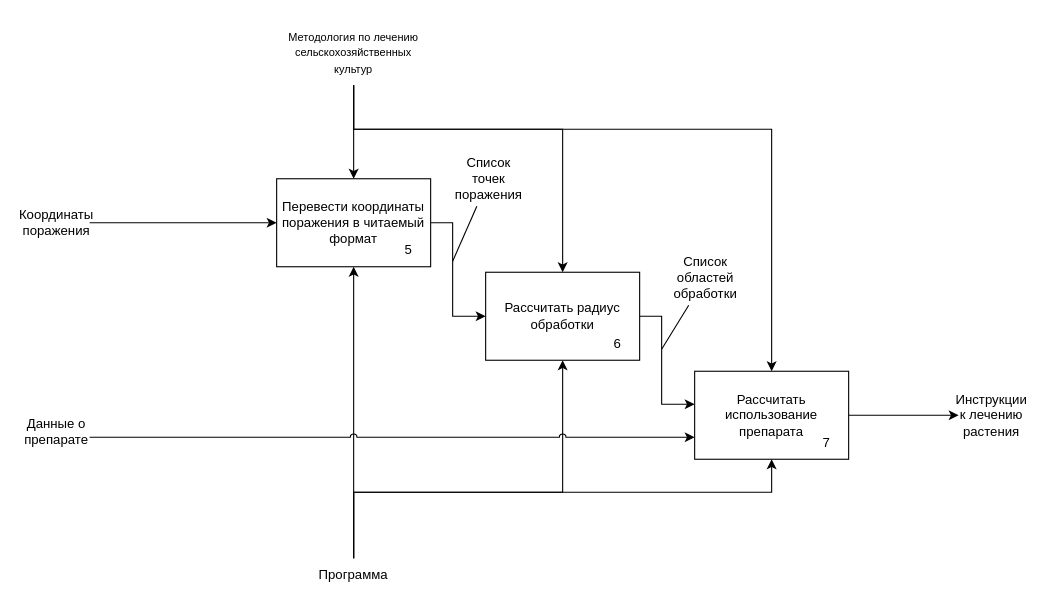
Before: coursework/diagrams/IDEF0_3.drawio in ThomasCharester/KursuchShop, a draw.io diagram. Source tidied: cells renumbered, new cells numbered last; positions are measured from the earlier drawing's top-left corner, leaving out a move shared by most shapes. Both pictures are drawn from the tidied source at 110%, with x=0, y=0 at pixel (23, 19).
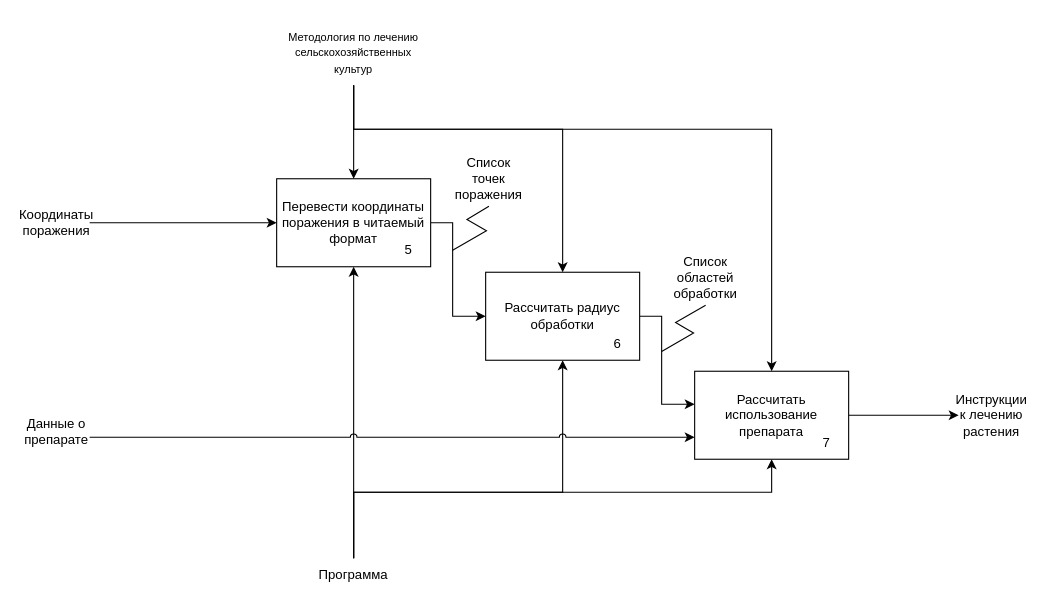
After the change.

Unchanged cells that the change refers to:
```xml
<mxCell id="24" value="Список областей обработки" style="text;html=1;align=center;verticalAlign=middle;whiteSpace=wrap;rounded=0;" parent="1" vertex="1">
  <mxGeometry x="590" y="210" width="60" height="50" as="geometry" />
</mxCell>
<mxCell id="26" value="Список точек поражения" style="text;html=1;align=center;verticalAlign=middle;whiteSpace=wrap;rounded=0;" parent="1" vertex="1">
  <mxGeometry x="393" y="120" width="60" height="50" as="geometry" />
</mxCell>
```

Change to the diagram source:
```diff
@@
-    <mxCell id="25" style="endArrow=none;html=1;rounded=0;" parent="1" edge="1" target="24">
-      <mxGeometry relative="1" as="geometry">
-        <mxPoint x="580" y="300" as="sourcePoint" />
-      </mxGeometry>
-    </mxCell>
@@
-    <mxCell id="27" style="endArrow=none;html=1;rounded=0;" parent="1" edge="1" target="26">
-      <mxGeometry relative="1" as="geometry">
-        <mxPoint x="390" y="220" as="sourcePoint" />
-      </mxGeometry>
-    </mxCell>
+    <mxCell id="28" style="edgeStyle=isometricEdgeStyle;endArrow=none;html=1;rounded=0;entryX=0.5;entryY=1;entryDx=0;entryDy=0;" parent="1" edge="1" target="26">
+      <mxGeometry relative="1" as="geometry">
+        <mxPoint x="390" y="210" as="sourcePoint" />
+        <Array as="points">
+          <mxPoint x="403" y="182" />
+        </Array>
+      </mxGeometry>
+    </mxCell>
+    <mxCell id="29" style="edgeStyle=isometricEdgeStyle;endArrow=none;html=1;rounded=0;entryX=0.5;entryY=1;entryDx=0;entryDy=0;" parent="1" edge="1" target="24">
+      <mxGeometry relative="1" as="geometry">
+        <mxPoint x="580" y="302" as="sourcePoint" />
+        <Array as="points">
+          <mxPoint x="600" y="280" />
+        </Array>
+      </mxGeometry>
+    </mxCell>
```
